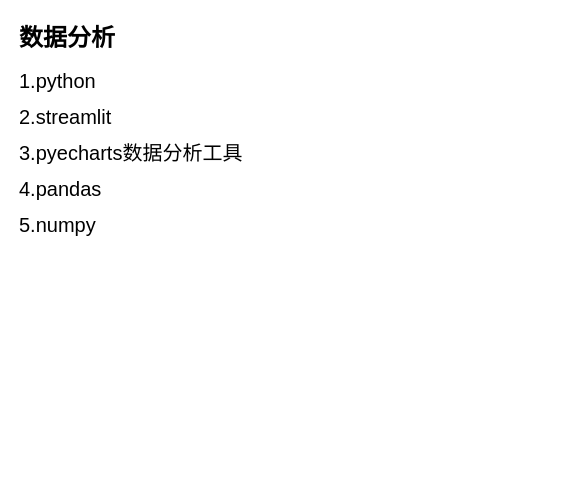
This is xty.drawio from xintianyang/draw, a draw.io file, before an edit. Source tidied: cells renumbered, new cells numbered last; positions are measured from the earlier drawing's top-left corner, leaving out a move shared by most shapes. Both pictures are drawn from the tidied source at 100%, with x=0, y=0 at pixel (17, 17).
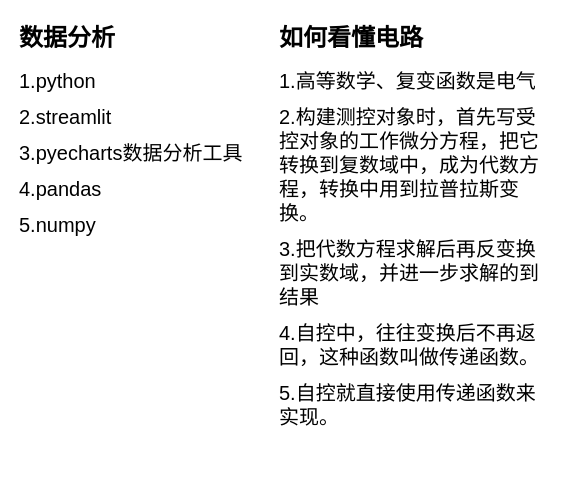
The same diagram, later.

Change to the diagram source:
```diff
@@
 <mxGraphModel>
   <root>
     <mxCell id="0" />
     <mxCell id="1" parent="0" />
     <mxCell id="2" value="&lt;h1 style=&quot;margin-top: 0px;&quot;&gt;数据分析&lt;/h1&gt;&lt;p&gt;&lt;font style=&quot;font-size: 20px;&quot;&gt;1.python&lt;/font&gt;&lt;/p&gt;&lt;p&gt;&lt;font style=&quot;font-size: 20px;&quot;&gt;2.streamlit&lt;/font&gt;&lt;/p&gt;&lt;p&gt;&lt;font style=&quot;font-size: 20px;&quot;&gt;3.pyecharts数据分析工具&lt;/font&gt;&lt;/p&gt;&lt;p&gt;&lt;font style=&quot;font-size: 20px;&quot;&gt;4.pandas&lt;/font&gt;&lt;/p&gt;&lt;p&gt;&lt;font style=&quot;font-size: 20px;&quot;&gt;5.numpy&lt;/font&gt;&lt;/p&gt;" style="text;html=1;whiteSpace=wrap;overflow=hidden;rounded=0;" parent="1" vertex="1">
       <mxGeometry width="270" height="250" as="geometry" />
     </mxCell>
+    <mxCell id="3" value="&lt;h1 style=&quot;margin-top: 0px;&quot;&gt;如何看懂电路&lt;/h1&gt;&lt;p&gt;&lt;font style=&quot;font-size: 20px;&quot;&gt;1.高等数学、复变函数是电气&lt;/font&gt;&lt;/p&gt;&lt;p&gt;&lt;span style=&quot;font-size: 20px;&quot;&gt;2.构建测控对象时，首先写受控对象的工作微分方程，把它转换到复数域中，成为代数方程，转换中用到拉普拉斯变换。&lt;/span&gt;&lt;/p&gt;&lt;p&gt;&lt;span style=&quot;font-size: 20px;&quot;&gt;3.把代数方程求解后再反变换到实数域，并进一步求解的到结果&lt;/span&gt;&lt;/p&gt;&lt;p&gt;&lt;span style=&quot;font-size: 20px;&quot;&gt;4.自控中，往往变换后不再返回，这种函数叫做传递函数。&lt;/span&gt;&lt;/p&gt;&lt;p&gt;&lt;span style=&quot;font-size: 20px;&quot;&gt;5.自控就直接使用传递函数来实现。&lt;/span&gt;&lt;/p&gt;" style="text;html=1;whiteSpace=wrap;overflow=hidden;rounded=0;" parent="1" vertex="1">
+      <mxGeometry x="260" width="270" height="460" as="geometry" />
+    </mxCell>
   </root>
 </mxGraphModel>
```
